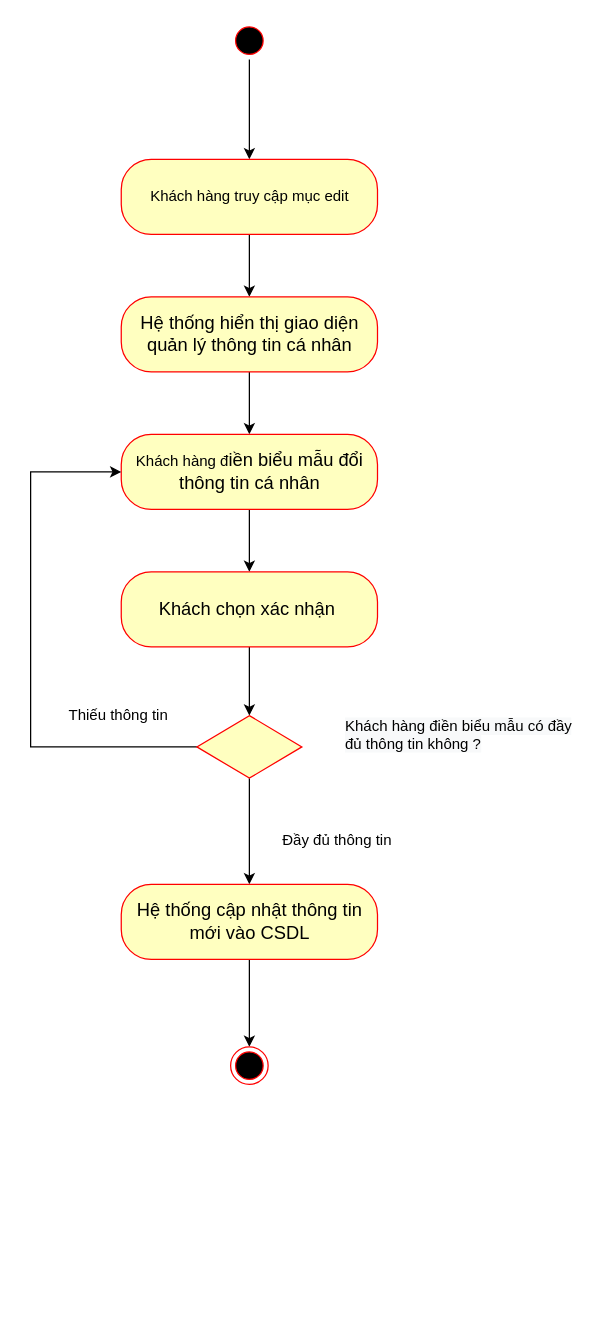
EdgarIgnite16/SGU-Course keeps this draw.io diagram as Nam3_HK1/CNPM_SoftTech/Activity Diagrams/Linh Quân/AD_ĐổiThôngTinCáNhân.drawio. Above is the earlier version. Source tidied: cells renumbered, new cells numbered last; positions are measured from the earlier drawing's top-left corner, leaving out a move shared by most shapes. Both pictures are drawn from the tidied source at 125%, with x=0, y=0 at pixel (30, 21).
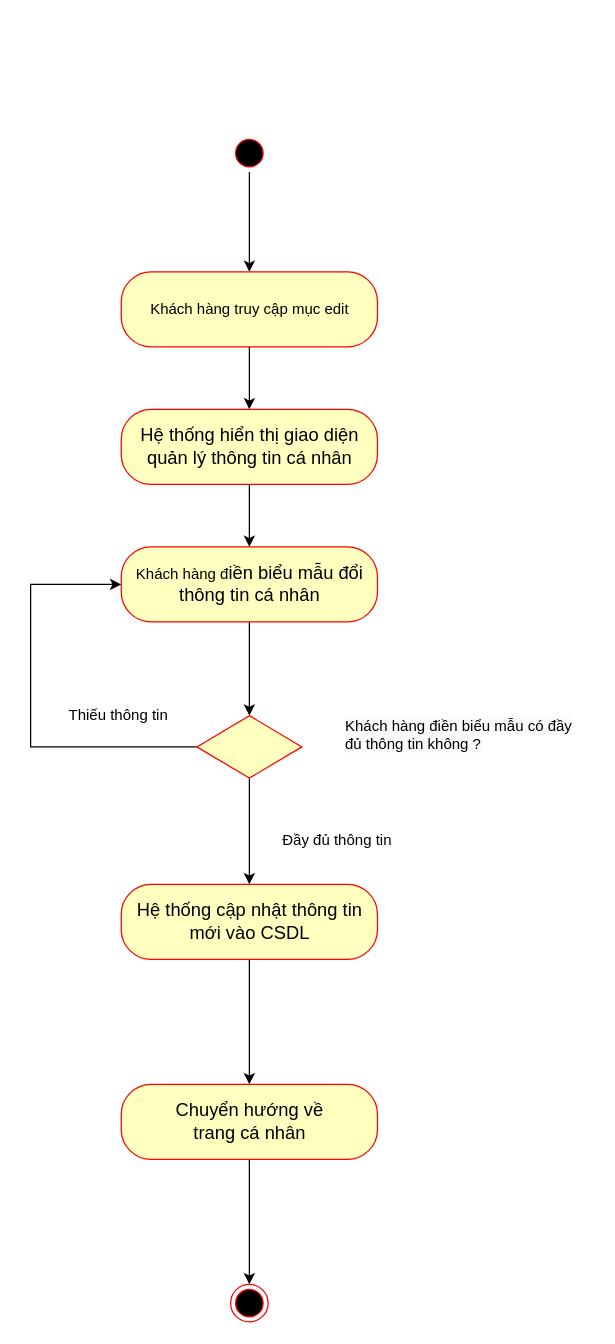
After the change.

The change refers to these unchanged cells:
```xml
<mxCell id="14" style="rhombus;whiteSpace=wrap;html=1;fillColor=#ffffc0;strokeColor=#ff0000;fontFamily=Helvetica;" parent="1" vertex="1">
  <mxGeometry x="133" y="555" width="84" height="50" as="geometry" />
</mxCell>
<mxCell id="19" value="&lt;font face=&quot;calibri, sans-serif&quot;&gt;&lt;span style=&quot;font-size: 14.6667px;&quot;&gt;Hệ thống cập nhật thông tin mới vào CSDL&lt;/span&gt;&lt;/font&gt;" style="rounded=1;whiteSpace=wrap;html=1;arcSize=40;fontColor=#000000;fillColor=#ffffc0;strokeColor=#ff0000;fontFamily=Helvetica;" parent="1" vertex="1">
  <mxGeometry x="72.5" y="690" width="205" height="60" as="geometry" />
</mxCell>
```

The edit, as a diff of the source:
```diff
@@
     <mxCell id="3" style="ellipse;html=1;shape=startState;fillColor=#000000;strokeColor=#ff0000;fontFamily=Helvetica;" parent="1" vertex="1">
-      <mxGeometry x="160" width="30" height="30" as="geometry" />
+      <mxGeometry x="160" y="90" width="30" height="30" as="geometry" />
     </mxCell>
@@
     <mxCell id="5" value="Khách hàng truy cập mục edit" style="rounded=1;whiteSpace=wrap;html=1;arcSize=40;fontColor=#000000;fillColor=#ffffc0;strokeColor=#ff0000;fontFamily=Helvetica;" parent="1" vertex="1">
-      <mxGeometry x="72.5" y="110" width="205" height="60" as="geometry" />
+      <mxGeometry x="72.5" y="200" width="205" height="60" as="geometry" />
     </mxCell>
@@
     <mxCell id="7" value="&lt;span id=&quot;docs-internal-guid-7bbbeb5b-7fff-5ca4-90aa-0212f282a2bc&quot;&gt;&lt;span style=&quot;font-family: Calibri, sans-serif; font-size: 14.6667px;&quot;&gt;Hệ thống h&lt;/span&gt;&lt;span style=&quot;background-color: transparent; font-family: Calibri, sans-serif; font-size: 11pt;&quot;&gt;iển thị giao diện quản lý thông tin cá nhân&lt;/span&gt;&lt;span style=&quot;font-family: Calibri, sans-serif; font-size: 14.6667px;&quot;&gt;&lt;br&gt;&lt;/span&gt;&lt;/span&gt;" style="rounded=1;whiteSpace=wrap;html=1;arcSize=40;fontColor=#000000;fillColor=#ffffc0;strokeColor=#ff0000;fontFamily=Helvetica;" parent="1" vertex="1">
-      <mxGeometry x="72.5" y="220" width="205" height="60" as="geometry" />
+      <mxGeometry x="72.5" y="310" width="205" height="60" as="geometry" />
     </mxCell>
-    <mxCell id="8" style="edgeStyle=orthogonalEdgeStyle;rounded=0;jettySize=auto;html=1;entryX=0.5;entryY=0;entryDx=0;entryDy=0;startArrow=none;startFill=0;endArrow=classic;endFill=1;" parent="1" edge="1" source="9" target="11">
+    <mxCell id="8" style="edgeStyle=orthogonalEdgeStyle;rounded=0;jettySize=auto;html=1;startArrow=none;startFill=0;endArrow=classic;endFill=1;" parent="1" edge="1" source="9" target="14">
       <mxGeometry relative="1" as="geometry" />
     </mxCell>
     <mxCell id="9" value="&lt;span id=&quot;docs-internal-guid-7bbbeb5b-7fff-5ca4-90aa-0212f282a2bc&quot;&gt;&lt;p style=&quot;line-height:1.2;margin-top:0pt;margin-bottom:0pt;&quot; dir=&quot;ltr&quot;&gt;&lt;span id=&quot;docs-internal-guid-923ac060-7fff-1fe2-8774-9114eb841b8d&quot;&gt;&lt;/span&gt;&lt;/p&gt;Khách hàng đ&lt;span style=&quot;background-color: transparent; font-family: Calibri, sans-serif; font-size: 11pt;&quot;&gt;iền biểu mẫu đổi thông tin cá nhân&lt;/span&gt;&lt;br&gt;&lt;/span&gt;" style="rounded=1;whiteSpace=wrap;html=1;arcSize=40;fontColor=#000000;fillColor=#ffffc0;strokeColor=#ff0000;fontFamily=Helvetica;" parent="1" vertex="1">
-      <mxGeometry x="72.5" y="330" width="205" height="60" as="geometry" />
+      <mxGeometry x="72.5" y="420" width="205" height="60" as="geometry" />
     </mxCell>
-    <mxCell id="10" style="edgeStyle=orthogonalEdgeStyle;rounded=0;jettySize=auto;html=1;" parent="1" edge="1" source="11" target="14">
-      <mxGeometry relative="1" as="geometry" />
-    </mxCell>
-    <mxCell id="11" value="&lt;span id=&quot;docs-internal-guid-7bbbeb5b-7fff-5ca4-90aa-0212f282a2bc&quot;&gt;&lt;p style=&quot;line-height:1.2;margin-top:0pt;margin-bottom:0pt;&quot; dir=&quot;ltr&quot;&gt;&lt;span id=&quot;docs-internal-guid-923ac060-7fff-1fe2-8774-9114eb841b8d&quot;&gt;&lt;/span&gt;&lt;/p&gt;&lt;p style=&quot;line-height:1.2;margin-top:0pt;margin-bottom:0pt;&quot; dir=&quot;ltr&quot;&gt;&lt;span style=&quot;font-size: 11pt; font-family: Calibri, sans-serif; color: rgb(0, 0, 0); background-color: transparent; font-weight: 400; font-style: normal; font-variant: normal; text-decoration: none; vertical-align: baseline;&quot;&gt;Khách chọn xác nhận&amp;nbsp;&lt;/span&gt;&lt;/p&gt;&lt;/span&gt;" style="rounded=1;whiteSpace=wrap;html=1;arcSize=40;fontColor=#000000;fillColor=#ffffc0;strokeColor=#ff0000;fontFamily=Helvetica;" parent="1" vertex="1">
-      <mxGeometry x="72.5" y="440" width="205" height="60" as="geometry" />
-    </mxCell>
     <mxCell id="12" style="edgeStyle=orthogonalEdgeStyle;rounded=0;jettySize=auto;html=1;entryX=0;entryY=0.5;entryDx=0;entryDy=0;" parent="1" edge="1" source="14" target="9">
       <mxGeometry relative="1" as="geometry">
         <Array as="points">
           <mxPoint y="580" />
-          <mxPoint y="360" />
+          <mxPoint y="450" />
         </Array>
       </mxGeometry>
     </mxCell>
@@
-    <mxCell id="18" style="edgeStyle=orthogonalEdgeStyle;rounded=0;jettySize=auto;html=1;" parent="1" edge="1" source="19" target="20">
+    <mxCell id="18" style="edgeStyle=orthogonalEdgeStyle;rounded=0;jettySize=auto;html=1;" parent="1" edge="1" source="19" target="22">
       <mxGeometry relative="1" as="geometry" />
     </mxCell>
@@
     <mxCell id="20" style="ellipse;html=1;shape=endState;fillColor=#000000;strokeColor=#ff0000;" parent="1" vertex="1">
-      <mxGeometry x="160" y="820" width="30" height="30" as="geometry" />
+      <mxGeometry x="160" y="1010" width="30" height="30" as="geometry" />
     </mxCell>
+    <mxCell id="21" style="edgeStyle=orthogonalEdgeStyle;rounded=0;jettySize=auto;html=1;" parent="1" edge="1" source="22" target="20">
+      <mxGeometry relative="1" as="geometry" />
+    </mxCell>
+    <mxCell id="22" value="&lt;font face=&quot;calibri, sans-serif&quot;&gt;&lt;span style=&quot;font-size: 14.6667px&quot;&gt;Chuyển hướng về&lt;br&gt;trang cá nhân&lt;br&gt;&lt;/span&gt;&lt;/font&gt;" style="rounded=1;whiteSpace=wrap;html=1;arcSize=40;fontColor=#000000;fillColor=#ffffc0;strokeColor=#ff0000;fontFamily=Helvetica;" parent="1" vertex="1">
+      <mxGeometry x="72.5" y="850" width="205" height="60" as="geometry" />
+    </mxCell>
```
